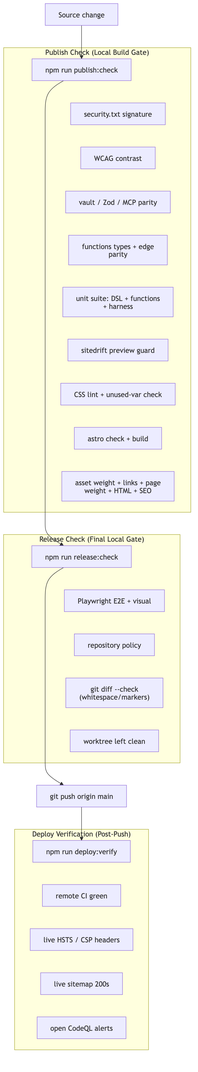
The Mermaid diagram docs/diagrams/gate-ladder.png in joeseverino/jseverino.com, before a commit. Its source is kept beside it as docs/diagrams/gate-ladder.mmd.
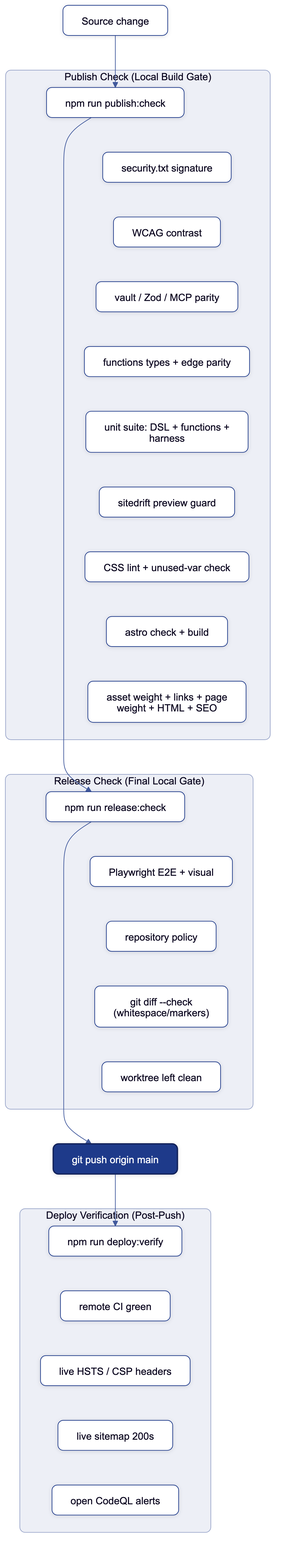
After the change.

Diff of the diagram source:
```diff
@@ -39,3 +39,6 @@
     C ~~~ C1 ~~~ C2 ~~~ C3 ~~~ C4
     C4 ~~~ D
     E ~~~ E1 ~~~ E2 ~~~ E3 ~~~ E4
+
+    classDef anchor stroke-width:2px;
+    class D anchor;
```
